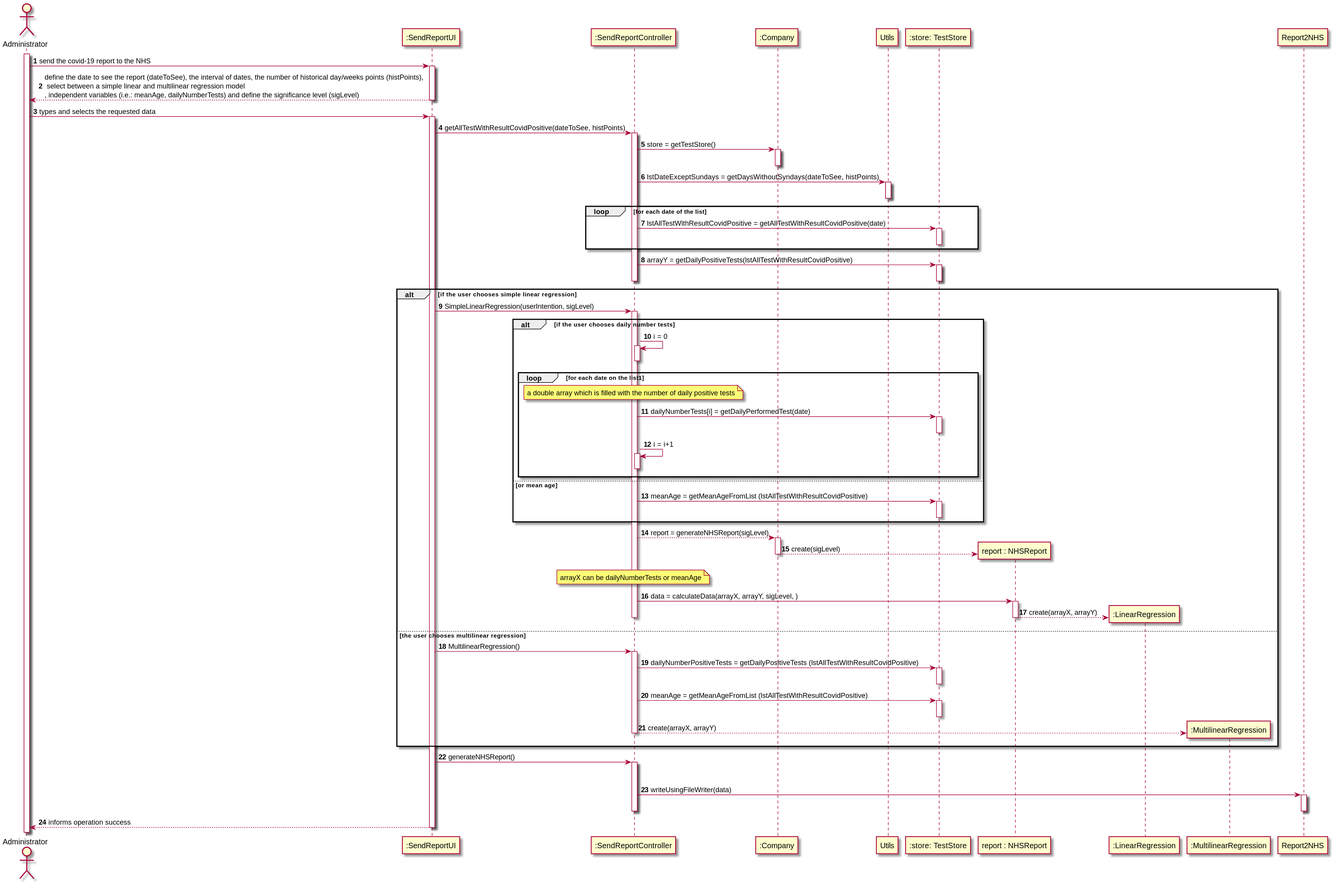
Before: docs/SprintD/US18/US18-SD.svg, a diagram exported from PlantUML (0franciscor/lei-21-s2-1de-g19).
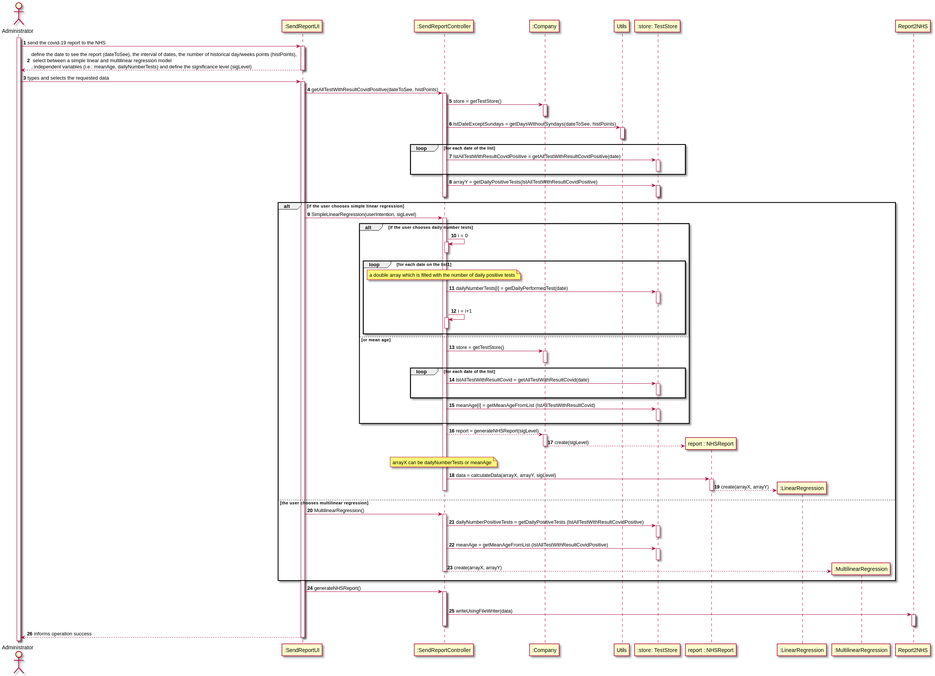
After the change.

Diff of the diagram source:
```diff
@@ -61,7 +61,23 @@
 end
 
 else or mean age
-":SendReportController" -> ":store: TestStore" : meanAge = getMeanAgeFromList (lstAllTestWithResultCovidPositive)
+
+":SendReportController" -> ":Company" : store = getTestStore()
+activate ":Company"
+deactivate
+
+loop for each date of the list
+":SendReportController" -> ":store: TestStore" : lstAllTestWithResultCovid = getAllTestWithResultCovid(date)
+activate ":store: TestStore"
+deactivate ":store: TestStore"
+end
+
+
+
+
+
+
+":SendReportController" -> ":store: TestStore" : meanAge[i] = getMeanAgeFromList (lstAllTestWithResultCovid)
 activate ":store: TestStore"
 deactivate ":store: TestStore"
 end
@@ -75,7 +91,7 @@
 
 note over ":SendReportController" : arrayX can be dailyNumberTests or meanAge
 
-":SendReportController" -> "report : NHSReport": data = calculateData(arrayX, arrayY, sigLevel, )
+":SendReportController" -> "report : NHSReport": data = calculateData(arrayX, arrayY, sigLevel)
 activate "report : NHSReport"
 
 
@@ -97,6 +113,7 @@
 ":SendReportController" -> ":store: TestStore" : dailyNumberPositiveTests = getDailyPositiveTests (lstAllTestWithResultCovidPositive)
 activate ":store: TestStore"
 deactivate ":store: TestStore"
+
 ":SendReportController" -> ":store: TestStore" : meanAge = getMeanAgeFromList (lstAllTestWithResultCovidPositive)
 activate ":store: TestStore"
 deactivate ":store: TestStore"
```
